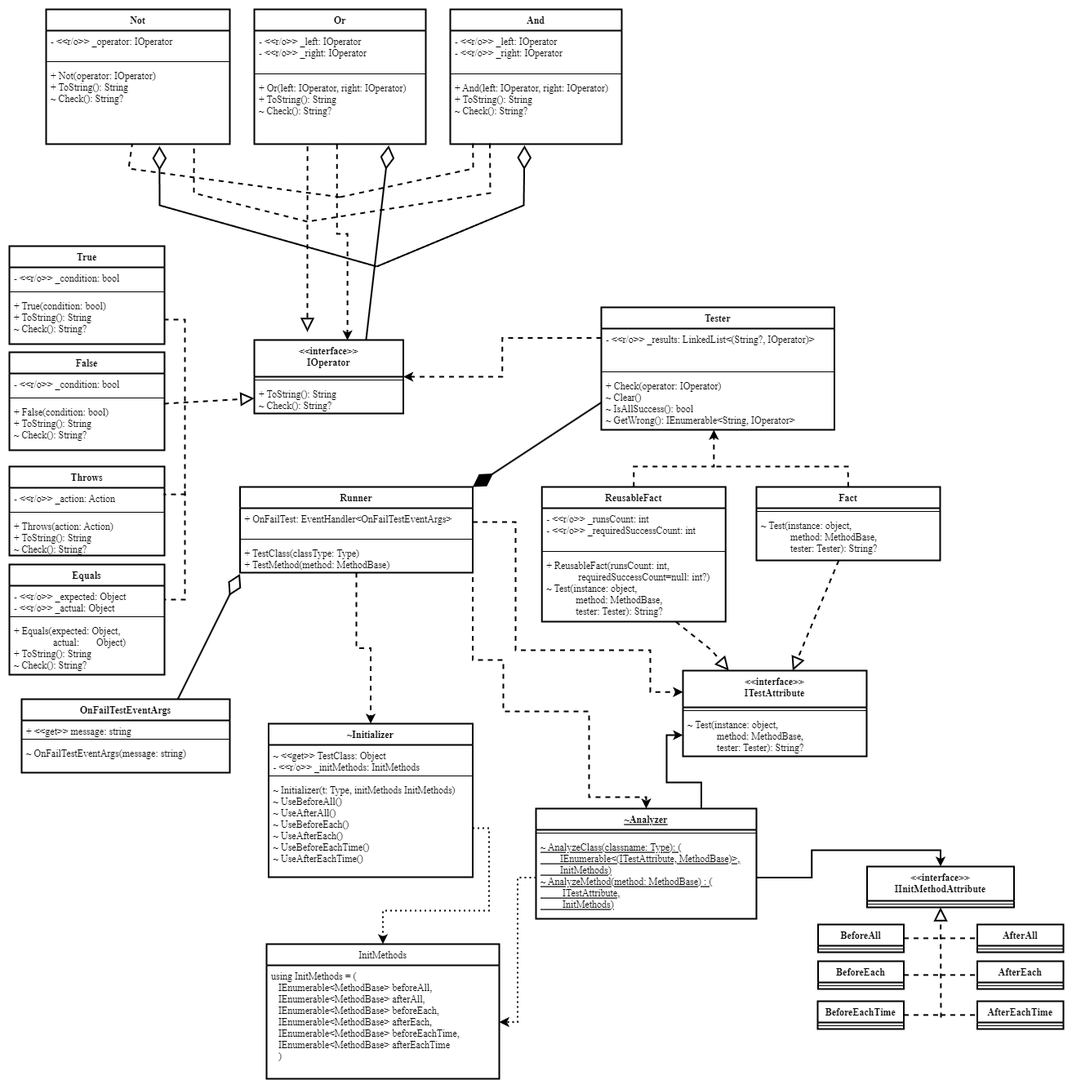
This is UML/uml.png from max1219/LogTests, a draw.io export, as it was before one commit. Source tidied: cells renumbered, new cells last; positions are measured from the earlier drawing's top-left corner, leaving out a move shared by most shapes.
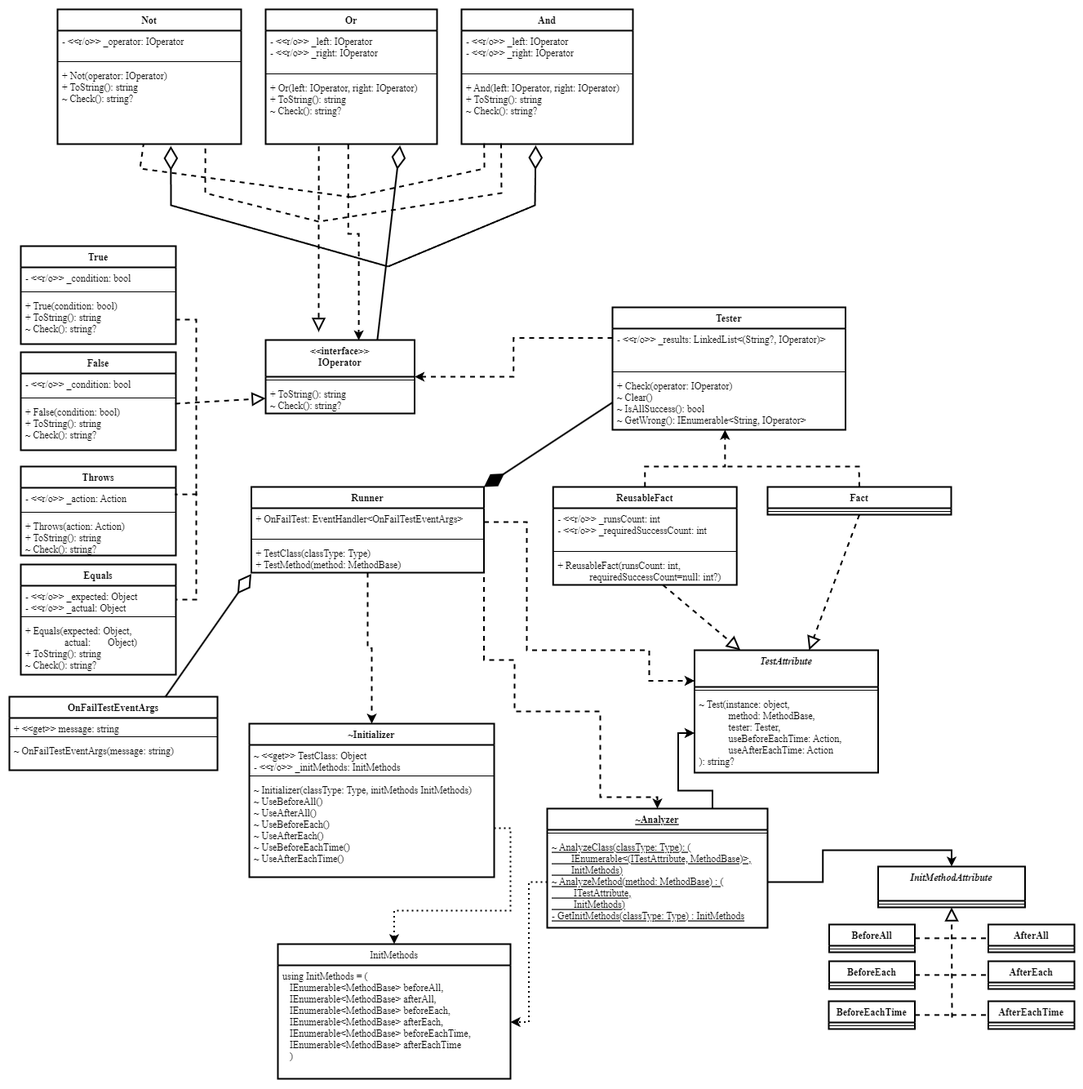
Above is the later version.

What changed in the source:
```diff
@@ -11,7 +11,7 @@
     <mxCell id="4" style="line;strokeWidth=1;fillColor=none;align=left;verticalAlign=middle;spacingTop=-1;spacingLeft=3;spacingRight=3;labelPosition=right;" parent="2" vertex="1">
       <mxGeometry y="75" width="210" height="8" as="geometry" />
     </mxCell>
-    <mxCell id="5" value="+ And(left: IOperator, right: IOperator)&#10;+ ToString(): String&#10;~ Check(): String?&#10;" style="text;strokeColor=none;fillColor=none;align=left;verticalAlign=top;spacingLeft=4;spacingRight=4;overflow=hidden;points=[[0,0.5],[1,0.5]];portConstraint=eastwest;" parent="2" vertex="1">
+    <mxCell id="5" value="+ And(left: IOperator, right: IOperator)&#10;+ ToString(): string&#10;~ Check(): string?&#10;" style="text;strokeColor=none;fillColor=none;align=left;verticalAlign=top;spacingLeft=4;spacingRight=4;overflow=hidden;points=[[0,0.5],[1,0.5]];portConstraint=eastwest;" parent="2" vertex="1">
       <mxGeometry y="83" width="210" height="82" as="geometry" />
     </mxCell>
     <mxCell id="6" style="edgeStyle=orthogonalEdgeStyle;rounded=0;jettySize=auto;html=1;exitX=0;exitY=0.25;exitDx=0;exitDy=0;entryX=1;entryY=0.5;entryDx=0;entryDy=0;dashed=1;" parent="1" edge="1" source="7" target="50">
@@ -38,29 +38,29 @@
     <mxCell id="13" style="line;strokeWidth=1;fillColor=none;align=left;verticalAlign=middle;spacingTop=-1;spacingLeft=3;spacingRight=3;labelPosition=right;" parent="11" vertex="1">
       <mxGeometry y="52" width="190" height="8" as="geometry" />
     </mxCell>
-    <mxCell id="14" value="+ True(condition: bool)&#10;+ ToString(): String&#10;~ Check(): String?&#10;" style="text;strokeColor=none;fillColor=none;align=left;verticalAlign=top;spacingLeft=4;spacingRight=4;overflow=hidden;" parent="11" vertex="1">
+    <mxCell id="14" value="+ True(condition: bool)&#10;+ ToString(): string&#10;~ Check(): string?&#10;" style="text;strokeColor=none;fillColor=none;align=left;verticalAlign=top;spacingLeft=4;spacingRight=4;overflow=hidden;" parent="11" vertex="1">
       <mxGeometry y="60" width="190" height="60" as="geometry" />
     </mxCell>
     <mxCell id="15" value="~Initializer" style="swimlane;fontStyle=1;align=center;verticalAlign=top;horizontal=1;startSize=26;" parent="1" vertex="1">
-      <mxGeometry x="317.5" y="875" width="250" height="188" as="geometry" />
+      <mxGeometry x="280" y="875" width="300" height="188" as="geometry" />
     </mxCell>
     <mxCell id="16" value="~ &lt;&lt;get&gt;&gt; TestClass: Object&#10;- &lt;&lt;r/o&gt;&gt; _initMethods: InitMethods" style="text;strokeColor=none;fillColor=none;align=left;verticalAlign=top;spacingLeft=4;spacingRight=4;overflow=hidden;" parent="15" vertex="1">
-      <mxGeometry y="26" width="250" height="34" as="geometry" />
+      <mxGeometry y="26" width="300" height="34" as="geometry" />
     </mxCell>
     <mxCell id="17" style="line;strokeWidth=1;fillColor=none;align=left;verticalAlign=middle;spacingTop=-1;spacingLeft=3;spacingRight=3;labelPosition=right;" parent="15" vertex="1">
-      <mxGeometry y="60" width="250" height="8" as="geometry" />
+      <mxGeometry y="60" width="300" height="8" as="geometry" />
     </mxCell>
-    <mxCell id="18" value="~ Initializer(t: Type, initMethods InitMethods)&#10;~ UseBeforeAll()&#10;~ UseAfterAll()&#10;~ UseBeforeEach()&#10;~ UseAfterEach()&#10;~ UseBeforeEachTime()&#10;~ UseAfterEachTime()" style="text;strokeColor=none;fillColor=none;align=left;verticalAlign=top;spacingLeft=4;spacingRight=4;overflow=hidden;points=[[0,0.5],[1,0.5]];portConstraint=eastwest;" parent="15" vertex="1">
-      <mxGeometry y="68" width="250" height="120" as="geometry" />
+    <mxCell id="18" value="~ Initializer(classType: Type, initMethods InitMethods)&#10;~ UseBeforeAll()&#10;~ UseAfterAll()&#10;~ UseBeforeEach()&#10;~ UseAfterEach()&#10;~ UseBeforeEachTime()&#10;~ UseAfterEachTime()" style="text;strokeColor=none;fillColor=none;align=left;verticalAlign=top;spacingLeft=4;spacingRight=4;overflow=hidden;points=[[0,0.5],[1,0.5]];portConstraint=eastwest;" parent="15" vertex="1">
+      <mxGeometry y="68" width="300" height="120" as="geometry" />
     </mxCell>
     <mxCell id="19" value="~Analyzer" style="swimlane;fontStyle=5;align=center;verticalAlign=top;horizontal=1;startSize=26;" parent="1" vertex="1">
-      <mxGeometry x="645" y="979" width="270" height="135" as="geometry" />
+      <mxGeometry x="645" y="979" width="270" height="146" as="geometry" />
     </mxCell>
     <mxCell id="20" style="line;strokeWidth=1;fillColor=none;align=left;verticalAlign=middle;spacingTop=-1;spacingLeft=3;spacingRight=3;labelPosition=right;" parent="19" vertex="1">
       <mxGeometry y="26" width="270" height="8" as="geometry" />
     </mxCell>
-    <mxCell id="21" value="~ AnalyzeClass(classname: Type): (&#10;        IEnumerable&lt;(ITestAttribute, MethodBase)&gt;, &#10;        InitMethods)&#10;~ AnalyzeMethod(method: MethodBase) : (&#10;         ITestAttribute, &#10;         InitMethods)" style="text;strokeColor=none;fillColor=none;align=left;verticalAlign=top;spacingLeft=4;spacingRight=4;overflow=hidden;points=[[0,0.5],[1,0.5]];portConstraint=eastwest;fontStyle=4;" parent="19" vertex="1">
-      <mxGeometry y="34" width="270" height="101" as="geometry" />
+    <mxCell id="21" value="~ AnalyzeClass(classType: Type): (&#10;        IEnumerable&lt;(ITestAttribute, MethodBase)&gt;, &#10;        InitMethods)&#10;~ AnalyzeMethod(method: MethodBase) : (&#10;         ITestAttribute, &#10;         InitMethods)&#10;- GetInitMethods(classType: Type) : InitMethods" style="text;strokeColor=none;fillColor=none;align=left;verticalAlign=top;spacingLeft=4;spacingRight=4;overflow=hidden;points=[[0,0.5],[1,0.5]];portConstraint=eastwest;fontStyle=4;" parent="19" vertex="1">
+      <mxGeometry y="34" width="270" height="112" as="geometry" />
     </mxCell>
     <mxCell id="22" style="edgeStyle=orthogonalEdgeStyle;rounded=0;orthogonalLoop=1;jettySize=auto;html=1;exitX=1;exitY=0.5;exitDx=0;exitDy=0;" parent="19" edge="1" source="21" target="21">
       <mxGeometry relative="1" as="geometry" />
@@ -89,7 +89,7 @@
     <mxCell id="30" style="line;strokeWidth=1;fillColor=none;align=left;verticalAlign=middle;spacingTop=-1;spacingLeft=3;spacingRight=3;labelPosition=right;" parent="28" vertex="1">
       <mxGeometry y="75" width="210" height="8" as="geometry" />
     </mxCell>
-    <mxCell id="31" value="+ Or(left: IOperator, right: IOperator)&#10;+ ToString(): String&#10;~ Check(): String?" style="text;strokeColor=none;fillColor=none;align=left;verticalAlign=top;spacingLeft=4;spacingRight=4;overflow=hidden;points=[[0,0.5],[1,0.5]];portConstraint=eastwest;" parent="28" vertex="1">
+    <mxCell id="31" value="+ Or(left: IOperator, right: IOperator)&#10;+ ToString(): string&#10;~ Check(): string?" style="text;strokeColor=none;fillColor=none;align=left;verticalAlign=top;spacingLeft=4;spacingRight=4;overflow=hidden;points=[[0,0.5],[1,0.5]];portConstraint=eastwest;" parent="28" vertex="1">
       <mxGeometry y="83" width="210" height="82" as="geometry" />
     </mxCell>
     <mxCell id="32" value="False" style="swimlane;fontStyle=1;align=center;verticalAlign=top;horizontal=1;startSize=26;" parent="1" vertex="1">
@@ -101,7 +101,7 @@
     <mxCell id="34" style="line;strokeWidth=1;fillColor=none;align=left;verticalAlign=middle;spacingTop=-1;spacingLeft=3;spacingRight=3;labelPosition=right;" parent="32" vertex="1">
       <mxGeometry y="52" width="190" height="8" as="geometry" />
     </mxCell>
-    <mxCell id="35" value="+ False(condition: bool)&#10;+ ToString(): String&#10;~ Check(): String?&#10;" style="text;strokeColor=none;fillColor=none;align=left;verticalAlign=top;spacingLeft=4;spacingRight=4;overflow=hidden;points=[[0,0.5],[1,0.5]];portConstraint=eastwest;" parent="32" vertex="1">
+    <mxCell id="35" value="+ False(condition: bool)&#10;+ ToString(): string&#10;~ Check(): string?&#10;" style="text;strokeColor=none;fillColor=none;align=left;verticalAlign=top;spacingLeft=4;spacingRight=4;overflow=hidden;points=[[0,0.5],[1,0.5]];portConstraint=eastwest;" parent="32" vertex="1">
       <mxGeometry y="60" width="190" height="60" as="geometry" />
     </mxCell>
     <mxCell id="36" value="Throws" style="swimlane;fontStyle=1;align=center;verticalAlign=top;horizontal=1;startSize=26;" parent="1" vertex="1">
@@ -113,27 +113,24 @@
     <mxCell id="38" style="line;strokeWidth=1;fillColor=none;align=left;verticalAlign=middle;spacingTop=-1;spacingLeft=3;spacingRight=3;labelPosition=right;" parent="36" vertex="1">
       <mxGeometry y="52" width="190" height="8" as="geometry" />
     </mxCell>
-    <mxCell id="39" value="+ Throws(action: Action)&#10;+ ToString(): String&#10;~ Check(): String?&#10;" style="text;strokeColor=none;fillColor=none;align=left;verticalAlign=top;spacingLeft=4;spacingRight=4;overflow=hidden;" parent="36" vertex="1">
+    <mxCell id="39" value="+ Throws(action: Action)&#10;+ ToString(): string&#10;~ Check(): string?&#10;" style="text;strokeColor=none;fillColor=none;align=left;verticalAlign=top;spacingLeft=4;spacingRight=4;overflow=hidden;" parent="36" vertex="1">
       <mxGeometry y="60" width="190" height="49" as="geometry" />
     </mxCell>
-    <mxCell id="40" value="&lt;&lt;interface&gt;&gt;&#10;ITestAttribute" style="swimlane;fontStyle=1;align=center;verticalAlign=top;horizontal=1;startSize=45;" parent="1" vertex="1">
-      <mxGeometry x="825" y="810" width="225" height="105" as="geometry" />
+    <mxCell id="40" value="TestAttribute" style="swimlane;fontStyle=3;align=center;verticalAlign=top;horizontal=1;startSize=45;" parent="1" vertex="1">
+      <mxGeometry x="825.5" y="785" width="225" height="150" as="geometry" />
     </mxCell>
     <mxCell id="41" style="line;strokeWidth=1;fillColor=none;align=left;verticalAlign=middle;spacingTop=-1;spacingLeft=3;spacingRight=3;labelPosition=right;" parent="40" vertex="1">
       <mxGeometry y="45" width="225" height="8" as="geometry" />
     </mxCell>
-    <mxCell id="42" value="~ Test(instance: object,&#10;            method: MethodBase,&#10;            tester: Tester): String?" style="text;strokeColor=none;fillColor=none;align=left;verticalAlign=top;spacingLeft=4;spacingRight=4;overflow=hidden;points=[[0,0.5],[1,0.5]];portConstraint=eastwest;" parent="40" vertex="1">
-      <mxGeometry y="53" width="225" height="52" as="geometry" />
+    <mxCell id="42" value="~ Test(instance: object,&#10;            method: MethodBase,&#10;            tester: Tester,&#10;            useBeforeEachTime: Action,&#10;            useAfterEachTime: Action&#10;): string?" style="text;strokeColor=none;fillColor=none;align=left;verticalAlign=top;spacingLeft=4;spacingRight=4;overflow=hidden;points=[[0,0.5],[1,0.5]];portConstraint=eastwest;" parent="40" vertex="1">
+      <mxGeometry y="53" width="225" height="97" as="geometry" />
     </mxCell>
     <mxCell id="43" value="Fact" style="swimlane;fontStyle=1;align=center;verticalAlign=top;horizontal=1;startSize=26;" parent="1" vertex="1">
-      <mxGeometry x="915" y="585" width="225" height="90" as="geometry" />
+      <mxGeometry x="915" y="585" width="225" height="34" as="geometry" />
     </mxCell>
     <mxCell id="44" style="line;strokeWidth=1;fillColor=none;align=left;verticalAlign=middle;spacingTop=-1;spacingLeft=3;spacingRight=3;labelPosition=right;" parent="43" vertex="1">
       <mxGeometry y="26" width="225" height="8" as="geometry" />
     </mxCell>
-    <mxCell id="45" value="~ Test(instance: object,&#10;            method: MethodBase,&#10;            tester: Tester): String?" style="text;strokeColor=none;fillColor=none;align=left;verticalAlign=top;spacingLeft=4;spacingRight=4;overflow=hidden;points=[[0,0.5],[1,0.5]];portConstraint=eastwest;" parent="43" vertex="1">
-      <mxGeometry y="34" width="225" height="56" as="geometry" />
-    </mxCell>
     <mxCell id="46" value="Not" style="swimlane;fontStyle=1;align=center;verticalAlign=top;horizontal=1;startSize=26;" parent="1" vertex="1">
       <mxGeometry x="45" width="225" height="165" as="geometry" />
     </mxCell>
@@ -143,7 +140,7 @@
     <mxCell id="48" style="line;strokeWidth=1;fillColor=none;align=left;verticalAlign=middle;spacingTop=-1;spacingLeft=3;spacingRight=3;labelPosition=right;" parent="46" vertex="1">
       <mxGeometry y="60" width="225" height="8" as="geometry" />
     </mxCell>
-    <mxCell id="49" value="+ Not(operator: IOperator)&#10;+ ToString(): String&#10;~ Check(): String?&#10;" style="text;strokeColor=none;fillColor=none;align=left;verticalAlign=top;spacingLeft=4;spacingRight=4;overflow=hidden;points=[[0,0.5],[1,0.5]];portConstraint=eastwest;" parent="46" vertex="1">
+    <mxCell id="49" value="+ Not(operator: IOperator)&#10;+ ToString(): string&#10;~ Check(): string?&#10;" style="text;strokeColor=none;fillColor=none;align=left;verticalAlign=top;spacingLeft=4;spacingRight=4;overflow=hidden;points=[[0,0.5],[1,0.5]];portConstraint=eastwest;" parent="46" vertex="1">
       <mxGeometry y="68" width="225" height="97" as="geometry" />
     </mxCell>
     <mxCell id="50" value="&lt;&lt;interface&gt;&gt;&#10;IOperator" style="swimlane;fontStyle=1;align=center;verticalAlign=top;horizontal=1;startSize=45;" parent="1" vertex="1">
@@ -152,7 +149,7 @@
     <mxCell id="51" style="line;strokeWidth=1;fillColor=none;align=left;verticalAlign=middle;spacingTop=-1;spacingLeft=3;spacingRight=3;labelPosition=right;" parent="50" vertex="1">
       <mxGeometry y="45" width="182.5" height="8" as="geometry" />
     </mxCell>
-    <mxCell id="52" value="+ ToString(): String&#10;~ Check(): String?&#10;" style="text;strokeColor=none;fillColor=none;align=left;verticalAlign=top;spacingLeft=4;spacingRight=4;overflow=hidden;points=[[0,0.5],[1,0.5]];portConstraint=eastwest;" parent="50" vertex="1">
+    <mxCell id="52" value="+ ToString(): string&#10;~ Check(): string?&#10;" style="text;strokeColor=none;fillColor=none;align=left;verticalAlign=top;spacingLeft=4;spacingRight=4;overflow=hidden;points=[[0,0.5],[1,0.5]];portConstraint=eastwest;" parent="50" vertex="1">
       <mxGeometry y="53" width="182.5" height="37" as="geometry" />
     </mxCell>
     <mxCell id="53" style="endArrow=none;dashed=1;html=1;rounded=0;" parent="1" edge="1" target="49">
@@ -231,7 +228,7 @@
     <mxCell id="64" style="line;strokeWidth=1;fillColor=none;align=left;verticalAlign=middle;spacingTop=-1;spacingLeft=3;spacingRight=3;labelPosition=right;" parent="62" vertex="1">
       <mxGeometry y="60" width="190" height="8" as="geometry" />
     </mxCell>
-    <mxCell id="65" value="+ Equals(expected: Object, &#10;                actual:       Object)&#10;+ ToString(): String&#10;~ Check(): String?&#10;" style="text;strokeColor=none;fillColor=none;align=left;verticalAlign=top;spacingLeft=4;spacingRight=4;overflow=hidden;" parent="62" vertex="1">
+    <mxCell id="65" value="+ Equals(expected: Object, &#10;                actual:       Object)&#10;+ ToString(): string&#10;~ Check(): string?&#10;" style="text;strokeColor=none;fillColor=none;align=left;verticalAlign=top;spacingLeft=4;spacingRight=4;overflow=hidden;" parent="62" vertex="1">
       <mxGeometry y="68" width="190" height="67" as="geometry" />
     </mxCell>
     <mxCell id="66" style="edgeStyle=orthogonalEdgeStyle;rounded=0;jettySize=auto;html=1;exitX=0.5;exitY=0;exitDx=0;exitDy=0;entryX=0.483;entryY=1;entryDx=0;entryDy=0;entryPerimeter=0;dashed=1;" parent="1" edge="1" source="67" target="10">
@@ -243,7 +240,7 @@
       </mxGeometry>
     </mxCell>
     <mxCell id="67" value="ReusableFact" style="swimlane;fontStyle=1;align=center;verticalAlign=top;horizontal=1;startSize=26;" parent="1" vertex="1">
-      <mxGeometry x="652.2" y="585" width="225" height="165" as="geometry" />
+      <mxGeometry x="652.2" y="585" width="225" height="120" as="geometry" />
     </mxCell>
     <mxCell id="68" value="- &lt;&lt;r/o&gt;&gt; _runsCount: int&#10;- &lt;&lt;r/o&gt;&gt; _requiredSuccessCount: int" style="text;strokeColor=none;fillColor=none;align=left;verticalAlign=top;spacingLeft=4;spacingRight=4;overflow=hidden;" parent="67" vertex="1">
       <mxGeometry y="26" width="225" height="49" as="geometry" />
@@ -251,11 +248,11 @@
     <mxCell id="69" style="line;strokeWidth=1;fillColor=none;align=left;verticalAlign=middle;spacingTop=-1;spacingLeft=3;spacingRight=3;labelPosition=right;" parent="67" vertex="1">
       <mxGeometry y="75" width="225" height="8" as="geometry" />
     </mxCell>
-    <mxCell id="70" value="+ ReusableFact(runsCount: int, &#10;             requiredSuccessCount=null: int?)&#10;~ Test(instance: object,&#10;            method: MethodBase,&#10;            tester: Tester): String?" style="text;strokeColor=none;fillColor=none;align=left;verticalAlign=top;spacingLeft=4;spacingRight=4;overflow=hidden;points=[[0,0.5],[1,0.5]];portConstraint=eastwest;" parent="67" vertex="1">
-      <mxGeometry y="83" width="225" height="82" as="geometry" />
+    <mxCell id="70" value="+ ReusableFact(runsCount: int, &#10;             requiredSuccessCount=null: int?)" style="text;strokeColor=none;fillColor=none;align=left;verticalAlign=top;spacingLeft=4;spacingRight=4;overflow=hidden;points=[[0,0.5],[1,0.5]];portConstraint=eastwest;" parent="67" vertex="1">
+      <mxGeometry y="83" width="225" height="37" as="geometry" />
     </mxCell>
     <mxCell id="71" value="OnFailTestEventArgs" style="swimlane;fontStyle=1;align=center;verticalAlign=top;horizontal=1;startSize=26;" parent="1" vertex="1">
-      <mxGeometry x="15" y="845" width="255" height="90" as="geometry" />
+      <mxGeometry x="-14" y="842" width="255" height="90" as="geometry" />
     </mxCell>
     <mxCell id="72" value="+ &lt;&lt;get&gt;&gt; message: string" style="text;strokeColor=none;fillColor=none;align=left;verticalAlign=top;spacingLeft=4;spacingRight=4;overflow=hidden;" parent="71" vertex="1">
       <mxGeometry y="26" width="255" height="19" as="geometry" />
@@ -269,7 +266,7 @@
     <mxCell id="75" style="endArrow=diamondThin;endFill=0;endSize=24;html=1;rounded=0;entryX=0;entryY=1.041;entryDx=0;entryDy=0;exitX=0.75;exitY=0;exitDx=0;exitDy=0;entryPerimeter=0;" parent="1" edge="1" source="71" target="27">
       <mxGeometry relative="1" as="geometry" />
     </mxCell>
-    <mxCell id="76" value="&lt;&lt;interface&gt;&gt;&#10;IInitMethodAttribute" style="swimlane;fontStyle=1;align=center;verticalAlign=top;horizontal=1;startSize=42;" parent="1" vertex="1">
+    <mxCell id="76" value="InitMethodAttribute" style="swimlane;fontStyle=3;align=center;verticalAlign=top;horizontal=1;startSize=42;" parent="1" vertex="1">
       <mxGeometry x="1050.5" y="1050" width="180" height="50" as="geometry" />
     </mxCell>
     <mxCell id="77" style="line;strokeWidth=1;fillColor=none;align=left;verticalAlign=middle;spacingTop=-1;spacingLeft=3;spacingRight=3;labelPosition=right;" parent="76" vertex="1">
@@ -405,23 +402,19 @@
         <mxPoint x="1141" y="1235" as="sourcePoint" />
       </mxGeometry>
     </mxCell>
-    <mxCell id="108" style="endArrow=block;dashed=1;endFill=0;endSize=12;html=1;rounded=0;" parent="1" edge="1" source="45" target="40">
+    <mxCell id="108" style="endArrow=block;dashed=1;endFill=0;endSize=12;html=1;rounded=0;exitX=0.5;exitY=1;exitDx=0;exitDy=0;" parent="1" edge="1" source="43" target="40">
       <mxGeometry relative="1" as="geometry" />
     </mxCell>
     <mxCell id="109" style="endArrow=block;dashed=1;endFill=0;endSize=12;html=1;rounded=0;entryX=0.25;entryY=0;entryDx=0;entryDy=0;" parent="1" edge="1" source="70" target="40">
-      <mxGeometry relative="1" as="geometry">
-        <Array as="points">
-          <mxPoint x="860" y="785" />
-        </Array>
-      </mxGeometry>
+      <mxGeometry relative="1" as="geometry" />
     </mxCell>
     <mxCell id="110" style="edgeStyle=orthogonalEdgeStyle;rounded=0;jettySize=auto;html=1;exitX=1;exitY=0.5;exitDx=0;exitDy=0;entryX=0;entryY=0.25;entryDx=0;entryDy=0;dashed=1;" parent="1" edge="1" source="25" target="40">
       <mxGeometry relative="1" as="geometry">
         <Array as="points">
           <mxPoint x="620" y="628" />
           <mxPoint x="620" y="785" />
-          <mxPoint x="785" y="785" />
-          <mxPoint x="785" y="836" />
+          <mxPoint x="770" y="785" />
+          <mxPoint x="770" y="823" />
         </Array>
       </mxGeometry>
     </mxCell>
```
